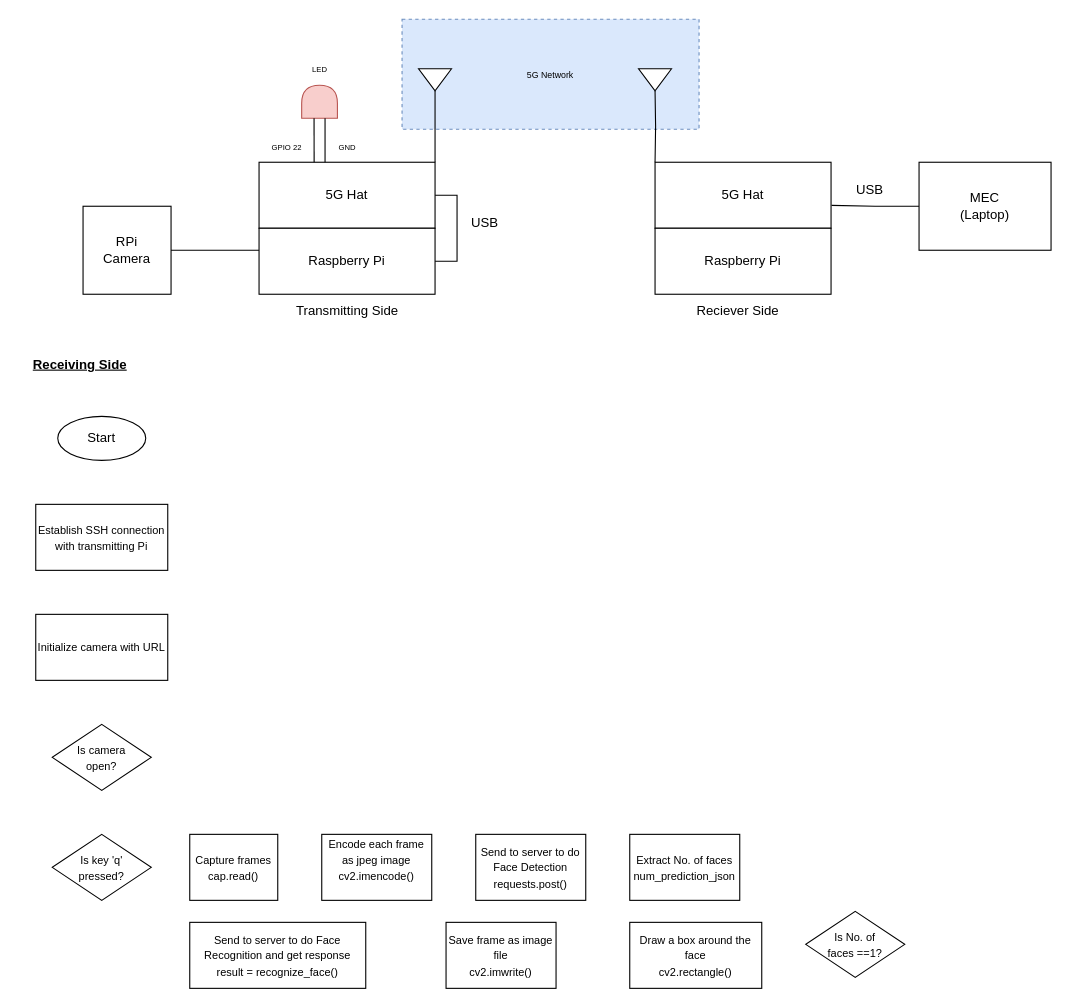
The draw.io diagram ET0743 - 5G & AIOT/5GAIOT Project/5G AIOT.drawio in Sushima12/DCPE-2024-SEM-2, before the edit. Source tidied: cells renumbered, new cells numbered last; positions are measured from the earlier drawing's top-left corner, leaving out a move shared by most shapes. Both pictures are drawn from the tidied source at 110%, with x=0, y=0 at pixel (19, 19).
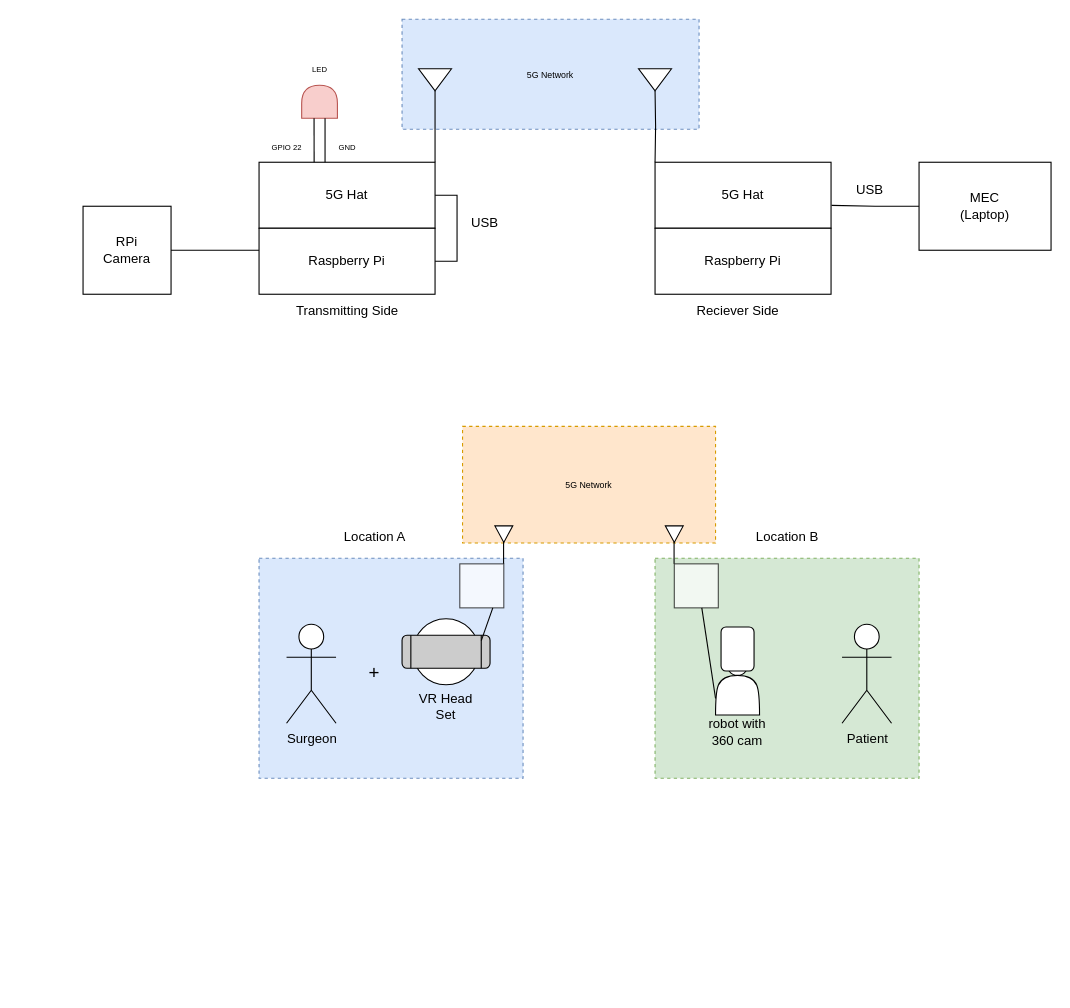
The same page after the edit.

What changed in the source:
```diff
@@
+    <mxCell id="41" style="rounded=0;whiteSpace=wrap;html=1;fillColor=#d5e8d4;strokeColor=#82b366;dashed=1;" parent="1" vertex="1">
+      <mxGeometry x="578" y="490" width="240" height="200" as="geometry" />
+    </mxCell>
+    <mxCell id="42" style="rounded=0;whiteSpace=wrap;html=1;fillColor=#dae8fc;strokeColor=#6c8ebf;dashed=1;" parent="1" vertex="1">
+      <mxGeometry x="218" y="490" width="240" height="200" as="geometry" />
+    </mxCell>
@@
-    <mxCell id="27" value="Start" style="ellipse;whiteSpace=wrap;html=1;" parent="1" vertex="1">
-      <mxGeometry x="35" y="361" width="80" height="40" as="geometry" />
-    </mxCell>
-    <mxCell id="28" value="&lt;font style=&quot;font-size: 10px;&quot;&gt;Establish SSH connection with transmitting Pi&lt;/font&gt;" style="rounded=0;whiteSpace=wrap;html=1;" parent="1" vertex="1">
-      <mxGeometry x="15" y="441" width="120" height="60" as="geometry" />
-    </mxCell>
-    <mxCell id="29" value="&lt;font style=&quot;font-size: 10px;&quot;&gt;Initialize camera with URL&lt;/font&gt;" style="rounded=0;whiteSpace=wrap;html=1;" parent="1" vertex="1">
-      <mxGeometry x="15" y="541" width="120" height="60" as="geometry" />
-    </mxCell>
-    <mxCell id="30" value="&lt;u&gt;&lt;b&gt;Receiving Side&lt;/b&gt;&lt;/u&gt;" style="text;html=1;align=center;verticalAlign=middle;strokeColor=none;fillColor=none;" parent="1" vertex="1">
-      <mxGeometry y="299" width="110" height="30" as="geometry" />
-    </mxCell>
-    <mxCell id="31" value="&lt;font style=&quot;font-size: 10px;&quot;&gt;Is camera &lt;br&gt;open?&lt;/font&gt;" style="rhombus;whiteSpace=wrap;html=1;" parent="1" vertex="1">
-      <mxGeometry x="30" y="641" width="90" height="60" as="geometry" />
-    </mxCell>
-    <mxCell id="32" value="&lt;span style=&quot;font-size: 10px;&quot;&gt;Is key 'q'&lt;/span&gt;&lt;div&gt;&lt;span style=&quot;font-size: 10px;&quot;&gt;pressed?&lt;/span&gt;&lt;/div&gt;" style="rhombus;whiteSpace=wrap;html=1;" parent="1" vertex="1">
-      <mxGeometry x="30" y="741" width="90" height="60" as="geometry" />
-    </mxCell>
-    <mxCell id="33" value="&lt;font style=&quot;font-size: 10px;&quot;&gt;Capture frames&lt;/font&gt;&lt;div&gt;&lt;font style=&quot;font-size: 10px;&quot;&gt;cap.read()&lt;/font&gt;&lt;/div&gt;" style="rounded=0;whiteSpace=wrap;html=1;" parent="1" vertex="1">
-      <mxGeometry x="155" y="741" width="80" height="60" as="geometry" />
-    </mxCell>
-    <mxCell id="34" value="&lt;span style=&quot;font-size: 10px;&quot;&gt;Encode each frame&lt;/span&gt;&lt;div&gt;&lt;span style=&quot;font-size: 10px;&quot;&gt;as jpeg image&lt;/span&gt;&lt;/div&gt;&lt;div&gt;&lt;span style=&quot;font-size: 10px;&quot;&gt;cv2.imencode()&lt;/span&gt;&lt;/div&gt;&lt;div&gt;&lt;span style=&quot;font-size: 10px;&quot;&gt;&lt;br&gt;&lt;/span&gt;&lt;/div&gt;" style="rounded=0;whiteSpace=wrap;html=1;" parent="1" vertex="1">
-      <mxGeometry x="275" y="741" width="100" height="60" as="geometry" />
-    </mxCell>
-    <mxCell id="35" value="&lt;div&gt;&lt;span style=&quot;font-size: 10px;&quot;&gt;Send to server to do Face Detection&lt;/span&gt;&lt;/div&gt;&lt;div&gt;&lt;span style=&quot;font-size: 10px;&quot;&gt;requests.post()&lt;/span&gt;&lt;/div&gt;" style="rounded=0;whiteSpace=wrap;html=1;" parent="1" vertex="1">
-      <mxGeometry x="415" y="741" width="100" height="60" as="geometry" />
-    </mxCell>
-    <mxCell id="36" value="&lt;div&gt;&lt;span style=&quot;font-size: 10px;&quot;&gt;Extract No. of faces&lt;/span&gt;&lt;/div&gt;&lt;div&gt;&lt;span style=&quot;font-size: 10px;&quot;&gt;num_prediction_json&lt;/span&gt;&lt;/div&gt;" style="rounded=0;whiteSpace=wrap;html=1;" parent="1" vertex="1">
-      <mxGeometry x="555" y="741" width="100" height="60" as="geometry" />
-    </mxCell>
-    <mxCell id="37" value="&lt;span style=&quot;font-size: 10px;&quot;&gt;Is No. of&lt;/span&gt;&lt;div&gt;&lt;span style=&quot;font-size: 10px;&quot;&gt;faces ==1?&lt;/span&gt;&lt;/div&gt;" style="rhombus;whiteSpace=wrap;html=1;" parent="1" vertex="1">
-      <mxGeometry x="715" y="811" width="90" height="60" as="geometry" />
-    </mxCell>
-    <mxCell id="38" value="&lt;div&gt;&lt;span style=&quot;font-size: 10px;&quot;&gt;Draw a box around the face&lt;/span&gt;&lt;/div&gt;&lt;div&gt;&lt;span style=&quot;font-size: 10px;&quot;&gt;cv2.rectangle()&lt;/span&gt;&lt;/div&gt;" style="rounded=0;whiteSpace=wrap;html=1;" parent="1" vertex="1">
-      <mxGeometry x="555" y="821" width="120" height="60" as="geometry" />
-    </mxCell>
-    <mxCell id="39" value="&lt;div&gt;&lt;span style=&quot;font-size: 10px;&quot;&gt;Save frame as image file&lt;/span&gt;&lt;/div&gt;&lt;div&gt;&lt;span style=&quot;font-size: 10px;&quot;&gt;cv2.imwrite()&lt;/span&gt;&lt;/div&gt;" style="rounded=0;whiteSpace=wrap;html=1;" parent="1" vertex="1">
-      <mxGeometry x="388" y="821" width="100" height="60" as="geometry" />
-    </mxCell>
-    <mxCell id="40" value="&lt;div&gt;&lt;span style=&quot;font-size: 10px;&quot;&gt;Send to server to do Face Recognition and get response&lt;/span&gt;&lt;/div&gt;&lt;div&gt;&lt;span style=&quot;font-size: 10px;&quot;&gt;result = recognize_face()&lt;/span&gt;&lt;/div&gt;" style="rounded=0;whiteSpace=wrap;html=1;" parent="1" vertex="1">
-      <mxGeometry x="155" y="821" width="160" height="60" as="geometry" />
-    </mxCell>
+    <mxCell id="43" value="Surgeon" style="shape=umlActor;verticalLabelPosition=bottom;verticalAlign=top;html=1;" parent="1" vertex="1">
+      <mxGeometry x="243" y="550" width="45" height="90" as="geometry" />
+    </mxCell>
+    <mxCell id="44" value="Location A" style="text;html=1;align=center;verticalAlign=middle;strokeColor=none;fillColor=none;" parent="1" vertex="1">
+      <mxGeometry x="283" y="456.1" width="80" height="30" as="geometry" />
+    </mxCell>
+    <mxCell id="45" value="Patient" style="shape=umlActor;verticalLabelPosition=bottom;verticalAlign=top;html=1;" parent="1" vertex="1">
+      <mxGeometry x="748" y="550" width="45" height="90" as="geometry" />
+    </mxCell>
+    <mxCell id="46" value="Location B" style="text;html=1;align=center;verticalAlign=middle;strokeColor=none;fillColor=none;" parent="1" vertex="1">
+      <mxGeometry x="658" y="456.1" width="80" height="30" as="geometry" />
+    </mxCell>
+    <mxCell id="47" value="&lt;font style=&quot;font-size: 8px;&quot;&gt;5G Network&lt;/font&gt;" style="rounded=0;whiteSpace=wrap;html=1;fillColor=#ffe6cc;strokeColor=#d79b00;dashed=1;" parent="1" vertex="1">
+      <mxGeometry x="403" y="370.1" width="230" height="106.1" as="geometry" />
+    </mxCell>
+    <mxCell id="48" value="VR Head Set" style="text;html=1;align=center;verticalAlign=middle;whiteSpace=wrap;rounded=0;" parent="1" vertex="1">
+      <mxGeometry x="358" y="610" width="60" height="30" as="geometry" />
+    </mxCell>
+    <mxCell id="49" value="&lt;font style=&quot;font-size: 17px;&quot;&gt;+&lt;/font&gt;" style="text;html=1;align=center;verticalAlign=middle;whiteSpace=wrap;rounded=0;" parent="1" vertex="1">
+      <mxGeometry x="293" y="580" width="60" height="30" as="geometry" />
+    </mxCell>
+    <mxCell id="50" style="ellipse;whiteSpace=wrap;html=1;" parent="1" vertex="1">
+      <mxGeometry x="358" y="545" width="60" height="60" as="geometry" />
+    </mxCell>
+    <mxCell id="51" style="shape=process;whiteSpace=wrap;html=1;backgroundOutline=1;rounded=1;fillColor=#CCCCCC;" parent="1" vertex="1">
+      <mxGeometry x="348" y="560" width="80" height="30" as="geometry" />
+    </mxCell>
+    <mxCell id="52" style="whiteSpace=wrap;html=1;opacity=70;strokeWidth=1;" parent="1" vertex="1">
+      <mxGeometry x="400.5" y="495.1" width="40" height="40" as="geometry" />
+    </mxCell>
+    <mxCell id="53" style="triangle;whiteSpace=wrap;html=1;rotation=90;" parent="1" vertex="1">
+      <mxGeometry x="433" y="460" width="15" height="16.2" as="geometry" />
+    </mxCell>
+    <mxCell id="54" style="endArrow=none;html=1;rounded=0;entryX=0;entryY=1;entryDx=0;entryDy=0;" parent="1" edge="1">
+      <mxGeometry relative="1" as="geometry">
+        <mxPoint x="440.3" y="495.1" as="sourcePoint" />
+        <mxPoint x="440.3" y="475.1" as="targetPoint" />
+      </mxGeometry>
+    </mxCell>
+    <mxCell id="55" style="whiteSpace=wrap;html=1;opacity=70;strokeWidth=1;flipV=1;" parent="1" vertex="1">
+      <mxGeometry x="595.5" y="495.1" width="40" height="40" as="geometry" />
+    </mxCell>
+    <mxCell id="56" style="endArrow=none;html=1;rounded=0;entryX=0;entryY=1;entryDx=0;entryDy=0;" parent="1" edge="1">
+      <mxGeometry relative="1" as="geometry">
+        <mxPoint x="595.3" y="475.1" as="sourcePoint" />
+        <mxPoint x="595.3" y="495.1" as="targetPoint" />
+      </mxGeometry>
+    </mxCell>
+    <mxCell id="57" style="triangle;whiteSpace=wrap;html=1;rotation=90;flipV=1;" parent="1" vertex="1">
+      <mxGeometry x="588" y="460" width="15" height="16.2" as="geometry" />
+    </mxCell>
+    <mxCell id="58" style="shape=actor;whiteSpace=wrap;html=1;" parent="1" vertex="1">
+      <mxGeometry x="633" y="572.5" width="40" height="60" as="geometry" />
+    </mxCell>
+    <mxCell id="59" style="rounded=1;whiteSpace=wrap;html=1;rotation=-90;" parent="1" vertex="1">
+      <mxGeometry x="633" y="557.5" width="40" height="30" as="geometry" />
+    </mxCell>
+    <mxCell id="60" value="robot with 360 cam" style="text;html=1;align=center;verticalAlign=middle;whiteSpace=wrap;rounded=0;" parent="1" vertex="1">
+      <mxGeometry x="623" y="632.5" width="60" height="30" as="geometry" />
+    </mxCell>
+    <mxCell id="61" style="endArrow=none;html=1;rounded=0;exitX=0;exitY=0.75;exitDx=0;exitDy=0;" parent="1" edge="1" source="58">
+      <mxGeometry relative="1" as="geometry">
+        <mxPoint x="620.5" y="535.1" as="targetPoint" />
+      </mxGeometry>
+    </mxCell>
+    <mxCell id="62" style="endArrow=none;html=1;rounded=0;exitX=1.034;exitY=0.331;exitDx=0;exitDy=0;exitPerimeter=0;entryX=0.75;entryY=1;entryDx=0;entryDy=0;" parent="1" edge="1" source="50" target="52">
+      <mxGeometry relative="1" as="geometry" />
+    </mxCell>
```
